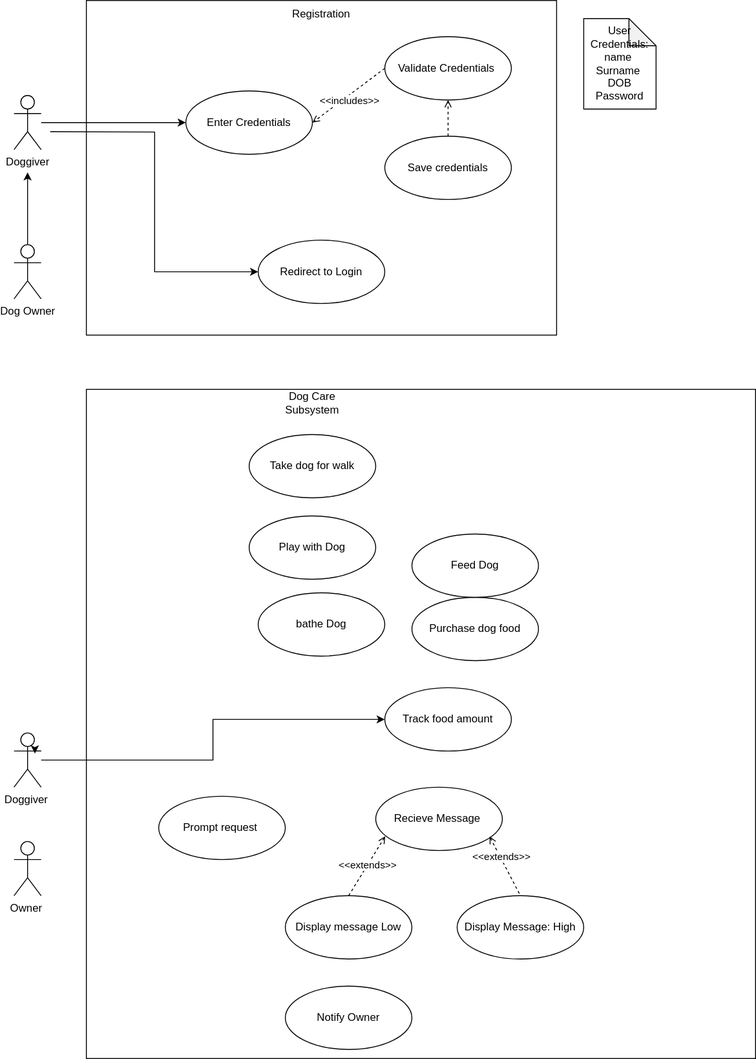
Earlier version of the draw.io export Tutorial2.svg (tevinmoodley/GithubTutorial). Source tidied: cells renumbered, new cells last; positions are measured from the earlier drawing's top-left corner, leaving out a move shared by most shapes. Source of this version:
```xml
<mxGraphModel>
  <root>
    <mxCell id="0" />
    <mxCell id="1" parent="0" />
    <mxCell id="2" style="rounded=0;whiteSpace=wrap;html=1;" parent="1" vertex="1">
      <mxGeometry x="80" width="520" height="370" as="geometry" />
    </mxCell>
    <mxCell id="3" value="Registration" style="text;html=1;align=center;verticalAlign=middle;whiteSpace=wrap;rounded=0;" parent="1" vertex="1">
      <mxGeometry x="310" width="60" height="30" as="geometry" />
    </mxCell>
    <mxCell id="4" value="Enter Credentials" style="ellipse;whiteSpace=wrap;html=1;" parent="1" vertex="1">
      <mxGeometry x="190" y="100" width="140" height="70" as="geometry" />
    </mxCell>
    <mxCell id="5" style="edgeStyle=orthogonalEdgeStyle;rounded=0;jettySize=auto;html=1;" parent="1" edge="1" source="6" target="4">
      <mxGeometry relative="1" as="geometry" />
    </mxCell>
    <mxCell id="6" value="Doggiver" style="shape=umlActor;verticalLabelPosition=bottom;verticalAlign=top;html=1;" parent="1" vertex="1">
      <mxGeometry y="105" width="30" height="60" as="geometry" />
    </mxCell>
    <mxCell id="7" style="edgeStyle=orthogonalEdgeStyle;rounded=0;jettySize=auto;html=1;" parent="1" edge="1" source="8">
      <mxGeometry relative="1" as="geometry">
        <mxPoint x="15" y="190" as="targetPoint" />
      </mxGeometry>
    </mxCell>
    <mxCell id="8" value="Dog Owner" style="shape=umlActor;verticalLabelPosition=bottom;verticalAlign=top;html=1;" parent="1" vertex="1">
      <mxGeometry y="270" width="30" height="60" as="geometry" />
    </mxCell>
    <mxCell id="9" value="User Credentials:&lt;br&gt;name&amp;nbsp;&lt;div&gt;Surname&amp;nbsp;&lt;/div&gt;&lt;div&gt;DOB&lt;/div&gt;&lt;div&gt;Password&lt;/div&gt;" style="shape=note;whiteSpace=wrap;html=1;backgroundOutline=1;darkOpacity=0.05;" parent="1" vertex="1">
      <mxGeometry x="630" y="20" width="80" height="100" as="geometry" />
    </mxCell>
    <mxCell id="10" value="Validate Credentials&amp;nbsp;" style="ellipse;whiteSpace=wrap;html=1;" parent="1" vertex="1">
      <mxGeometry x="410" y="40" width="140" height="70" as="geometry" />
    </mxCell>
    <mxCell id="11" style="edgeStyle=orthogonalEdgeStyle;rounded=0;jettySize=auto;html=1;entryX=0.5;entryY=1;entryDx=0;entryDy=0;endArrow=open;endFill=0;dashed=1;" parent="1" edge="1" source="12" target="10">
      <mxGeometry relative="1" as="geometry" />
    </mxCell>
    <mxCell id="12" value="Save credentials" style="ellipse;whiteSpace=wrap;html=1;" parent="1" vertex="1">
      <mxGeometry x="410" y="150" width="140" height="70" as="geometry" />
    </mxCell>
    <mxCell id="13" style="endArrow=open;html=1;rounded=0;exitX=0;exitY=0.5;exitDx=0;exitDy=0;entryX=1;entryY=0.5;entryDx=0;entryDy=0;endFill=0;dashed=1;" parent="1" edge="1" source="10" target="4">
      <mxGeometry relative="1" as="geometry" />
    </mxCell>
    <mxCell id="14" value="&amp;lt;&amp;lt;includes&amp;gt;&amp;gt;" style="edgeLabel;html=1;align=center;verticalAlign=middle;" parent="13" vertex="1">
      <mxGeometry x="0.05" y="4" relative="1" as="geometry">
        <mxPoint y="1" as="offset" />
      </mxGeometry>
    </mxCell>
    <mxCell id="15" value="Redirect to Login" style="ellipse;whiteSpace=wrap;html=1;" parent="1" vertex="1">
      <mxGeometry x="270" y="265" width="140" height="70" as="geometry" />
    </mxCell>
    <mxCell id="16" style="edgeStyle=orthogonalEdgeStyle;rounded=0;jettySize=auto;html=1;entryX=0;entryY=0.5;entryDx=0;entryDy=0;" parent="1" edge="1" target="15">
      <mxGeometry relative="1" as="geometry">
        <mxPoint x="40" y="145" as="sourcePoint" />
      </mxGeometry>
    </mxCell>
    <mxCell id="17" style="whiteSpace=wrap;html=1;" parent="1" vertex="1">
      <mxGeometry x="80" y="430" width="740" height="740" as="geometry" />
    </mxCell>
    <mxCell id="18" value="Dog Care Subsystem" style="text;html=1;align=center;verticalAlign=middle;whiteSpace=wrap;rounded=0;" parent="1" vertex="1">
      <mxGeometry x="300" y="430" width="60" height="30" as="geometry" />
    </mxCell>
    <mxCell id="19" style="edgeStyle=orthogonalEdgeStyle;rounded=0;jettySize=auto;html=1;" parent="1" edge="1" source="20" target="27">
      <mxGeometry relative="1" as="geometry" />
    </mxCell>
    <mxCell id="20" value="Doggiver&amp;nbsp;" style="shape=umlActor;verticalLabelPosition=bottom;verticalAlign=top;html=1;" parent="1" vertex="1">
      <mxGeometry y="810" width="30" height="60" as="geometry" />
    </mxCell>
    <mxCell id="21" value="Owner&amp;nbsp;" style="shape=umlActor;verticalLabelPosition=bottom;verticalAlign=top;html=1;" parent="1" vertex="1">
      <mxGeometry y="930" width="30" height="60" as="geometry" />
    </mxCell>
    <mxCell id="22" value="Take dog for walk" style="ellipse;whiteSpace=wrap;html=1;" parent="1" vertex="1">
      <mxGeometry x="260" y="480" width="140" height="70" as="geometry" />
    </mxCell>
    <mxCell id="23" value="Play with Dog" style="ellipse;whiteSpace=wrap;html=1;" parent="1" vertex="1">
      <mxGeometry x="260" y="570" width="140" height="70" as="geometry" />
    </mxCell>
    <mxCell id="24" value="bathe Dog" style="ellipse;whiteSpace=wrap;html=1;" parent="1" vertex="1">
      <mxGeometry x="270" y="655" width="140" height="70" as="geometry" />
    </mxCell>
    <mxCell id="25" value="Purchase dog food" style="ellipse;whiteSpace=wrap;html=1;" parent="1" vertex="1">
      <mxGeometry x="440" y="660" width="140" height="70" as="geometry" />
    </mxCell>
    <mxCell id="26" value="Feed Dog" style="ellipse;whiteSpace=wrap;html=1;" parent="1" vertex="1">
      <mxGeometry x="440" y="590" width="140" height="70" as="geometry" />
    </mxCell>
    <mxCell id="27" value="Track food amount" style="ellipse;whiteSpace=wrap;html=1;" parent="1" vertex="1">
      <mxGeometry x="410" y="760" width="140" height="70" as="geometry" />
    </mxCell>
    <mxCell id="28" value="Recieve Message&amp;nbsp;" style="ellipse;whiteSpace=wrap;html=1;" parent="1" vertex="1">
      <mxGeometry x="400" y="870" width="140" height="70" as="geometry" />
    </mxCell>
    <mxCell id="29" value="Prompt request&amp;nbsp;" style="ellipse;whiteSpace=wrap;html=1;" parent="1" vertex="1">
      <mxGeometry x="160" y="880" width="140" height="70" as="geometry" />
    </mxCell>
    <mxCell id="30" value="Display message Low" style="ellipse;whiteSpace=wrap;html=1;" parent="1" vertex="1">
      <mxGeometry x="300" y="990" width="140" height="70" as="geometry" />
    </mxCell>
    <mxCell id="31" value="Display Message: High" style="ellipse;whiteSpace=wrap;html=1;" parent="1" vertex="1">
      <mxGeometry x="490" y="990" width="140" height="70" as="geometry" />
    </mxCell>
    <mxCell id="32" style="endArrow=none;endFill=1;endSize=12;html=1;rounded=0;exitX=0.075;exitY=0.774;exitDx=0;exitDy=0;entryX=0.5;entryY=0;entryDx=0;entryDy=0;dashed=1;startArrow=open;startFill=0;exitPerimeter=0;" parent="1" edge="1" source="28" target="30">
      <mxGeometry relative="1" as="geometry" />
    </mxCell>
    <mxCell id="33" value="&amp;lt;&amp;lt;extends&amp;gt;&amp;gt;" style="edgeLabel;html=1;align=center;verticalAlign=middle;" parent="32" vertex="1">
      <mxGeometry x="-0.05" y="-1" relative="1" as="geometry" />
    </mxCell>
    <mxCell id="34" style="endArrow=none;endFill=1;endSize=12;html=1;rounded=0;exitX=0.899;exitY=0.777;exitDx=0;exitDy=0;entryX=0.5;entryY=0;entryDx=0;entryDy=0;dashed=1;startArrow=open;startFill=0;exitPerimeter=0;" parent="1" edge="1" source="28" target="31">
      <mxGeometry relative="1" as="geometry" />
    </mxCell>
    <mxCell id="35" value="&amp;lt;&amp;lt;extends&amp;gt;&amp;gt;" style="edgeLabel;html=1;align=center;verticalAlign=middle;" parent="34" vertex="1">
      <mxGeometry x="-0.31" y="1" relative="1" as="geometry" />
    </mxCell>
    <mxCell id="36" value="Notify Owner" style="ellipse;whiteSpace=wrap;html=1;" parent="1" vertex="1">
      <mxGeometry x="300" y="1090" width="140" height="70" as="geometry" />
    </mxCell>
    <mxCell id="37" style="edgeStyle=orthogonalEdgeStyle;rounded=0;orthogonalLoop=1;jettySize=auto;html=1;exitX=1;exitY=0.3333333333333333;exitDx=0;exitDy=0;exitPerimeter=0;entryX=0.771;entryY=0.378;entryDx=0;entryDy=0;entryPerimeter=0;" parent="1" edge="1" source="20" target="20">
      <mxGeometry relative="1" as="geometry" />
    </mxCell>
  </root>
</mxGraphModel>
```
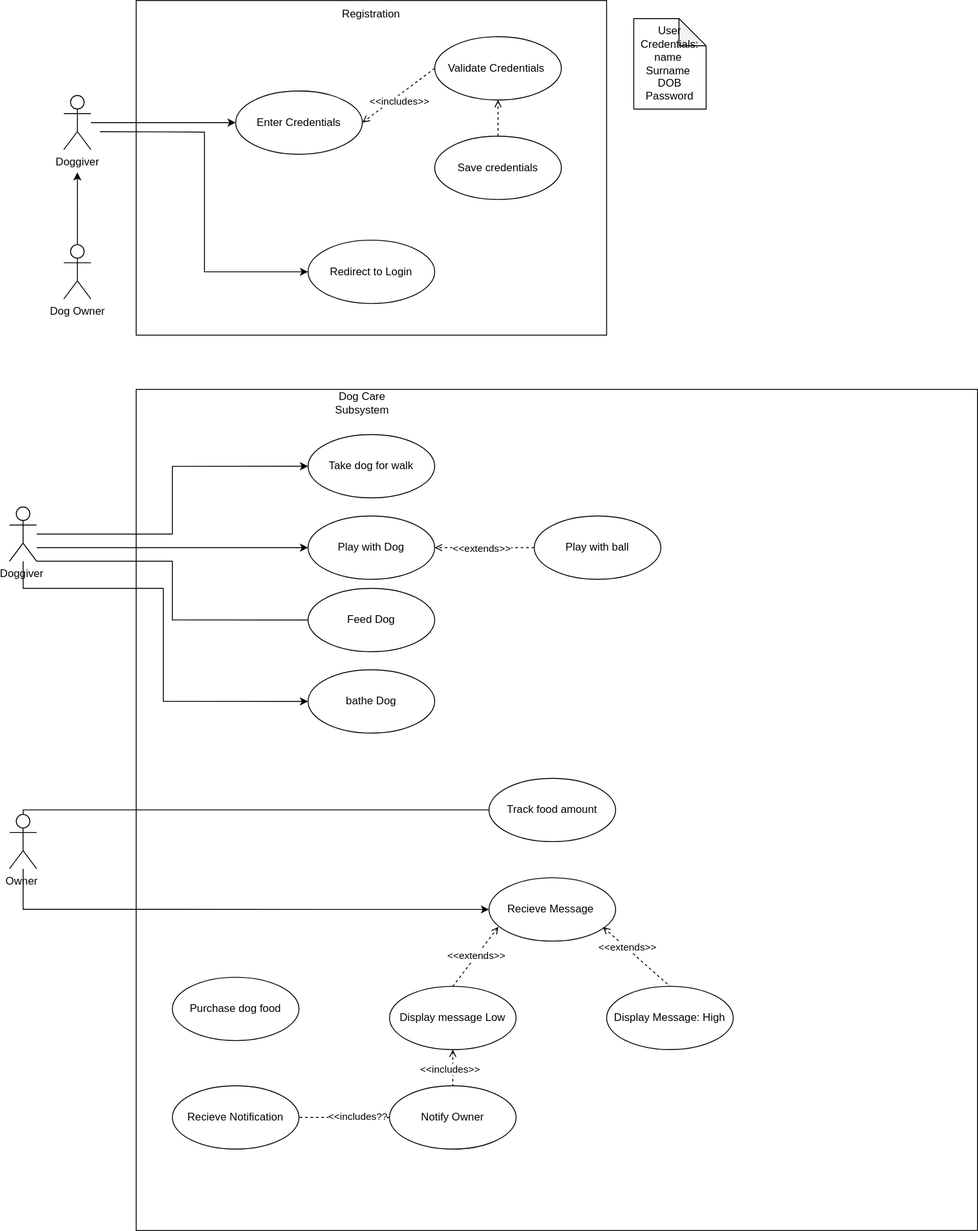
Later version of the same file.

Commit message:
WE have done alot Tutorial2.svg

The edit, as a diff of the source:
```diff
@@ -54,49 +54,91 @@
       </mxGeometry>
     </mxCell>
     <mxCell id="17" style="whiteSpace=wrap;html=1;" parent="1" vertex="1">
-      <mxGeometry x="80" y="430" width="740" height="740" as="geometry" />
+      <mxGeometry x="80" y="430" width="930" height="930" as="geometry" />
     </mxCell>
     <mxCell id="18" value="Dog Care Subsystem" style="text;html=1;align=center;verticalAlign=middle;whiteSpace=wrap;rounded=0;" parent="1" vertex="1">
       <mxGeometry x="300" y="430" width="60" height="30" as="geometry" />
     </mxCell>
-    <mxCell id="19" style="edgeStyle=orthogonalEdgeStyle;rounded=0;jettySize=auto;html=1;" parent="1" edge="1" source="20" target="27">
-      <mxGeometry relative="1" as="geometry" />
-    </mxCell>
+    <mxCell id="38" style="edgeStyle=orthogonalEdgeStyle;rounded=0;jettySize=auto;html=1;entryX=0;entryY=0.5;entryDx=0;entryDy=0;" parent="1" edge="1" source="20" target="22">
+      <mxGeometry relative="1" as="geometry" />
+    </mxCell>
+    <mxCell id="39" style="edgeStyle=orthogonalEdgeStyle;rounded=0;jettySize=auto;html=1;" parent="1" edge="1" source="20" target="23">
+      <mxGeometry relative="1" as="geometry">
+        <Array as="points">
+          <mxPoint x="40" y="605" />
+          <mxPoint x="40" y="605" />
+        </Array>
+      </mxGeometry>
+    </mxCell>
+    <mxCell id="40" style="edgeStyle=orthogonalEdgeStyle;rounded=0;jettySize=auto;html=1;entryX=0;entryY=0.5;entryDx=0;entryDy=0;endArrow=none;startFill=0;" parent="1" edge="1" source="20" target="26">
+      <mxGeometry relative="1" as="geometry">
+        <Array as="points">
+          <mxPoint x="120" y="620" />
+          <mxPoint x="120" y="685" />
+        </Array>
+      </mxGeometry>
+    </mxCell>
+    <mxCell id="41" style="edgeStyle=orthogonalEdgeStyle;rounded=0;jettySize=auto;html=1;entryX=0;entryY=0.5;entryDx=0;entryDy=0;" parent="1" edge="1" source="20" target="24">
+      <mxGeometry relative="1" as="geometry">
+        <Array as="points">
+          <mxPoint x="-45" y="650" />
+          <mxPoint x="110" y="650" />
+          <mxPoint x="110" y="775" />
+        </Array>
+      </mxGeometry>
+    </mxCell>
     <mxCell id="20" value="Doggiver&amp;nbsp;" style="shape=umlActor;verticalLabelPosition=bottom;verticalAlign=top;html=1;" parent="1" vertex="1">
-      <mxGeometry y="810" width="30" height="60" as="geometry" />
+      <mxGeometry x="-60" y="560" width="30" height="60" as="geometry" />
     </mxCell>
+    <mxCell id="42" style="edgeStyle=orthogonalEdgeStyle;rounded=0;jettySize=auto;html=1;entryX=0;entryY=0.5;entryDx=0;entryDy=0;endArrow=none;startFill=0;" parent="1" edge="1" source="21" target="27">
+      <mxGeometry relative="1" as="geometry">
+        <Array as="points">
+          <mxPoint x="-45" y="895" />
+        </Array>
+      </mxGeometry>
+    </mxCell>
+    <mxCell id="43" style="edgeStyle=orthogonalEdgeStyle;rounded=0;jettySize=auto;html=1;entryX=0;entryY=0.5;entryDx=0;entryDy=0;" parent="1" edge="1" source="21" target="28">
+      <mxGeometry relative="1" as="geometry">
+        <Array as="points">
+          <mxPoint x="-45" y="1005" />
+        </Array>
+      </mxGeometry>
+    </mxCell>
     <mxCell id="21" value="Owner&amp;nbsp;" style="shape=umlActor;verticalLabelPosition=bottom;verticalAlign=top;html=1;" parent="1" vertex="1">
-      <mxGeometry y="930" width="30" height="60" as="geometry" />
+      <mxGeometry x="-60" y="900" width="30" height="60" as="geometry" />
     </mxCell>
     <mxCell id="22" value="Take dog for walk" style="ellipse;whiteSpace=wrap;html=1;" parent="1" vertex="1">
-      <mxGeometry x="260" y="480" width="140" height="70" as="geometry" />
+      <mxGeometry x="270" y="480" width="140" height="70" as="geometry" />
     </mxCell>
     <mxCell id="23" value="Play with Dog" style="ellipse;whiteSpace=wrap;html=1;" parent="1" vertex="1">
-      <mxGeometry x="260" y="570" width="140" height="70" as="geometry" />
+      <mxGeometry x="270" y="570" width="140" height="70" as="geometry" />
     </mxCell>
     <mxCell id="24" value="bathe Dog" style="ellipse;whiteSpace=wrap;html=1;" parent="1" vertex="1">
-      <mxGeometry x="270" y="655" width="140" height="70" as="geometry" />
+      <mxGeometry x="270" y="740" width="140" height="70" as="geometry" />
     </mxCell>
     <mxCell id="25" value="Purchase dog food" style="ellipse;whiteSpace=wrap;html=1;" parent="1" vertex="1">
-      <mxGeometry x="440" y="660" width="140" height="70" as="geometry" />
+      <mxGeometry x="120" y="1080" width="140" height="70" as="geometry" />
     </mxCell>
     <mxCell id="26" value="Feed Dog" style="ellipse;whiteSpace=wrap;html=1;" parent="1" vertex="1">
-      <mxGeometry x="440" y="590" width="140" height="70" as="geometry" />
+      <mxGeometry x="270" y="650" width="140" height="70" as="geometry" />
     </mxCell>
     <mxCell id="27" value="Track food amount" style="ellipse;whiteSpace=wrap;html=1;" parent="1" vertex="1">
-      <mxGeometry x="410" y="760" width="140" height="70" as="geometry" />
+      <mxGeometry x="470" y="860" width="140" height="70" as="geometry" />
     </mxCell>
     <mxCell id="28" value="Recieve Message&amp;nbsp;" style="ellipse;whiteSpace=wrap;html=1;" parent="1" vertex="1">
-      <mxGeometry x="400" y="870" width="140" height="70" as="geometry" />
+      <mxGeometry x="470" y="970" width="140" height="70" as="geometry" />
     </mxCell>
-    <mxCell id="29" value="Prompt request&amp;nbsp;" style="ellipse;whiteSpace=wrap;html=1;" parent="1" vertex="1">
-      <mxGeometry x="160" y="880" width="140" height="70" as="geometry" />
-    </mxCell>
+    <mxCell id="44" style="edgeStyle=orthogonalEdgeStyle;rounded=0;jettySize=auto;html=1;endArrow=none;startFill=0;startArrow=open;dashed=1;" parent="1" edge="1" source="30" target="36">
+      <mxGeometry relative="1" as="geometry" />
+    </mxCell>
+    <mxCell id="45" value="&amp;lt;&amp;lt;includes&amp;gt;&amp;gt;" style="edgeLabel;html=1;align=center;verticalAlign=middle;" parent="44" vertex="1">
+      <mxGeometry x="0.07" y="-4" relative="1" as="geometry" />
+    </mxCell>
     <mxCell id="30" value="Display message Low" style="ellipse;whiteSpace=wrap;html=1;" parent="1" vertex="1">
-      <mxGeometry x="300" y="990" width="140" height="70" as="geometry" />
+      <mxGeometry x="360" y="1090" width="140" height="70" as="geometry" />
     </mxCell>
     <mxCell id="31" value="Display Message: High" style="ellipse;whiteSpace=wrap;html=1;" parent="1" vertex="1">
-      <mxGeometry x="490" y="990" width="140" height="70" as="geometry" />
+      <mxGeometry x="600" y="1090" width="140" height="70" as="geometry" />
     </mxCell>
     <mxCell id="32" style="endArrow=none;endFill=1;endSize=12;html=1;rounded=0;exitX=0.075;exitY=0.774;exitDx=0;exitDy=0;entryX=0.5;entryY=0;entryDx=0;entryDy=0;dashed=1;startArrow=open;startFill=0;exitPerimeter=0;" parent="1" edge="1" source="28" target="30">
       <mxGeometry relative="1" as="geometry" />
@@ -110,11 +152,28 @@
     <mxCell id="35" value="&amp;lt;&amp;lt;extends&amp;gt;&amp;gt;" style="edgeLabel;html=1;align=center;verticalAlign=middle;" parent="34" vertex="1">
       <mxGeometry x="-0.31" y="1" relative="1" as="geometry" />
     </mxCell>
+    <mxCell id="46" style="edgeStyle=orthogonalEdgeStyle;rounded=0;jettySize=auto;html=1;endArrow=none;startFill=1;startArrow=classic;dashed=1;" parent="1" edge="1" source="36" target="51">
+      <mxGeometry relative="1" as="geometry" />
+    </mxCell>
+    <mxCell id="47" value="&amp;lt;&amp;lt;includes??" style="edgeLabel;html=1;align=center;verticalAlign=middle;" parent="46" vertex="1">
+      <mxGeometry x="-0.29" y="-2" relative="1" as="geometry" />
+    </mxCell>
     <mxCell id="36" value="Notify Owner" style="ellipse;whiteSpace=wrap;html=1;" parent="1" vertex="1">
-      <mxGeometry x="300" y="1090" width="140" height="70" as="geometry" />
+      <mxGeometry x="360" y="1200" width="140" height="70" as="geometry" />
     </mxCell>
-    <mxCell id="37" style="edgeStyle=orthogonalEdgeStyle;rounded=0;orthogonalLoop=1;jettySize=auto;html=1;exitX=1;exitY=0.3333333333333333;exitDx=0;exitDy=0;exitPerimeter=0;entryX=0.771;entryY=0.378;entryDx=0;entryDy=0;entryPerimeter=0;" parent="1" edge="1" source="20" target="20">
-      <mxGeometry relative="1" as="geometry" />
-    </mxCell>
+    <mxCell id="48" style="edgeStyle=orthogonalEdgeStyle;rounded=0;jettySize=auto;html=1;dashed=1;endArrow=open;endFill=0;" parent="1" edge="1" source="50" target="23">
+      <mxGeometry relative="1" as="geometry" />
+    </mxCell>
+    <mxCell id="49" value="&amp;lt;&amp;lt;extends&amp;gt;&amp;gt;" style="edgeLabel;html=1;align=center;verticalAlign=middle;" parent="48" vertex="1">
+      <mxGeometry x="0.05" relative="1" as="geometry">
+        <mxPoint x="-1" as="offset" />
+      </mxGeometry>
+    </mxCell>
+    <mxCell id="50" value="Play with ball" style="ellipse;whiteSpace=wrap;html=1;" parent="1" vertex="1">
+      <mxGeometry x="520" y="570" width="140" height="70" as="geometry" />
+    </mxCell>
+    <mxCell id="51" value="Recieve Notification" style="ellipse;whiteSpace=wrap;html=1;" parent="1" vertex="1">
+      <mxGeometry x="120" y="1200" width="140" height="70" as="geometry" />
+    </mxCell>
   </root>
 </mxGraphModel>
```
